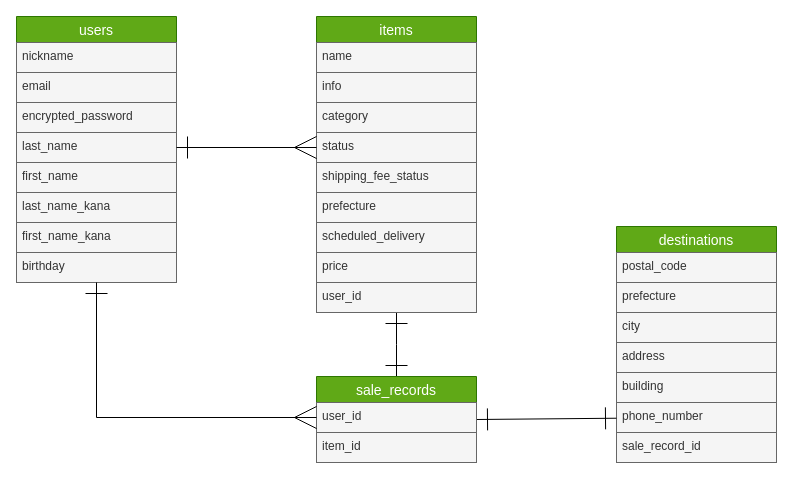
Above: database.dio in yuki-0202/furima-37410 (draw.io), before the change. Source tidied: cells renumbered, new cells numbered last; positions are measured from the earlier drawing's top-left corner, leaving out a move shared by most shapes. Both pictures are drawn from the tidied source at 100%, with x=0, y=0 at pixel (16, 16).
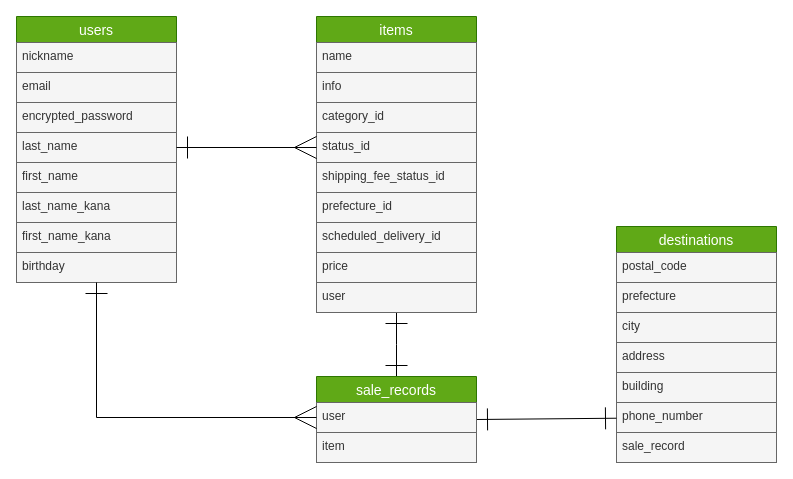
The same diagram, later.

Commit message:
ER図の修正（READMEとの齟齬を修正）

Unchanged cells that the change refers to:
```xml
<mxCell id="12" value="items" style="swimlane;fontStyle=0;horizontal=1;startSize=26;align=center;fontSize=14;fillColor=#60a917;fontColor=#ffffff;strokeColor=#2D7600;" parent="1" vertex="1">
  <mxGeometry x="300" width="160" height="296" as="geometry" />
</mxCell>
<mxCell id="22" value="destinations" style="swimlane;fontStyle=0;horizontal=1;startSize=26;align=center;fontSize=14;fillColor=#60a917;fontColor=#ffffff;strokeColor=#2D7600;" parent="1" vertex="1">
  <mxGeometry x="600" y="210" width="160" height="236" as="geometry" />
</mxCell>
<mxCell id="31" value="sale_records" style="swimlane;fontStyle=0;horizontal=1;startSize=26;align=center;fontSize=14;fillColor=#60a917;fontColor=#ffffff;strokeColor=#2D7600;" parent="1" vertex="1">
  <mxGeometry x="300" y="360" width="160" height="86" as="geometry" />
</mxCell>
```

Change to the diagram source:
```diff
@@
-    <mxCell id="15" value="category" style="text;strokeColor=#666666;fillColor=#f5f5f5;spacingLeft=4;spacingRight=4;overflow=hidden;fontSize=12;fontColor=#333333;" parent="12" vertex="1">
+    <mxCell id="15" value="category_id" style="text;strokeColor=#666666;fillColor=#f5f5f5;spacingLeft=4;spacingRight=4;overflow=hidden;fontSize=12;fontColor=#333333;" parent="12" vertex="1">
       <mxGeometry y="86" width="160" height="30" as="geometry" />
     </mxCell>
-    <mxCell id="16" value="status" style="text;strokeColor=#666666;fillColor=#f5f5f5;spacingLeft=4;spacingRight=4;overflow=hidden;points=[[0,0.5],[1,0.5]];portConstraint=eastwest;fontSize=12;fontColor=#333333;" parent="12" vertex="1">
+    <mxCell id="16" value="status_id" style="text;strokeColor=#666666;fillColor=#f5f5f5;spacingLeft=4;spacingRight=4;overflow=hidden;points=[[0,0.5],[1,0.5]];portConstraint=eastwest;fontSize=12;fontColor=#333333;" parent="12" vertex="1">
       <mxGeometry y="116" width="160" height="30" as="geometry" />
     </mxCell>
-    <mxCell id="17" value="shipping_fee_status" style="text;strokeColor=#666666;fillColor=#f5f5f5;spacingLeft=4;spacingRight=4;overflow=hidden;fontSize=12;fontColor=#333333;" parent="12" vertex="1">
+    <mxCell id="17" value="shipping_fee_status_id" style="text;strokeColor=#666666;fillColor=#f5f5f5;spacingLeft=4;spacingRight=4;overflow=hidden;fontSize=12;fontColor=#333333;" parent="12" vertex="1">
       <mxGeometry y="146" width="160" height="30" as="geometry" />
     </mxCell>
-    <mxCell id="18" value="prefecture" style="text;strokeColor=#666666;fillColor=#f5f5f5;spacingLeft=4;spacingRight=4;overflow=hidden;fontSize=12;fontColor=#333333;" parent="12" vertex="1">
+    <mxCell id="18" value="prefecture_id" style="text;strokeColor=#666666;fillColor=#f5f5f5;spacingLeft=4;spacingRight=4;overflow=hidden;fontSize=12;fontColor=#333333;" parent="12" vertex="1">
       <mxGeometry y="176" width="160" height="30" as="geometry" />
     </mxCell>
-    <mxCell id="19" value="scheduled_delivery" style="text;strokeColor=#666666;fillColor=#f5f5f5;spacingLeft=4;spacingRight=4;overflow=hidden;fontSize=12;fontColor=#333333;" parent="12" vertex="1">
+    <mxCell id="19" value="scheduled_delivery_id" style="text;strokeColor=#666666;fillColor=#f5f5f5;spacingLeft=4;spacingRight=4;overflow=hidden;fontSize=12;fontColor=#333333;" parent="12" vertex="1">
       <mxGeometry y="206" width="160" height="30" as="geometry" />
     </mxCell>
@@
-    <mxCell id="21" value="user_id" style="text;strokeColor=#666666;fillColor=#f5f5f5;spacingLeft=4;spacingRight=4;overflow=hidden;fontSize=12;fontColor=#333333;" parent="12" vertex="1">
+    <mxCell id="21" value="user" style="text;strokeColor=#666666;fillColor=#f5f5f5;spacingLeft=4;spacingRight=4;overflow=hidden;fontSize=12;fontColor=#333333;" parent="12" vertex="1">
       <mxGeometry y="266" width="160" height="30" as="geometry" />
     </mxCell>
@@
-    <mxCell id="29" value="sale_record_id" style="text;strokeColor=#666666;fillColor=#f5f5f5;spacingLeft=4;spacingRight=4;overflow=hidden;fontSize=12;fontColor=#333333;" parent="22" vertex="1">
+    <mxCell id="29" value="sale_record" style="text;strokeColor=#666666;fillColor=#f5f5f5;spacingLeft=4;spacingRight=4;overflow=hidden;fontSize=12;fontColor=#333333;" parent="22" vertex="1">
       <mxGeometry y="206" width="160" height="30" as="geometry" />
     </mxCell>
@@
-    <mxCell id="32" value="user_id" style="text;strokeColor=#666666;fillColor=#f5f5f5;spacingLeft=4;spacingRight=4;overflow=hidden;points=[[0,0.5],[1,0.5]];portConstraint=eastwest;fontSize=12;fontColor=#333333;" parent="31" vertex="1">
+    <mxCell id="32" value="user" style="text;strokeColor=#666666;fillColor=#f5f5f5;spacingLeft=4;spacingRight=4;overflow=hidden;points=[[0,0.5],[1,0.5]];portConstraint=eastwest;fontSize=12;fontColor=#333333;" parent="31" vertex="1">
       <mxGeometry y="26" width="160" height="30" as="geometry" />
     </mxCell>
-    <mxCell id="33" value="item_id" style="text;strokeColor=#666666;fillColor=#f5f5f5;spacingLeft=4;spacingRight=4;overflow=hidden;fontSize=12;fontColor=#333333;" parent="31" vertex="1">
+    <mxCell id="33" value="item" style="text;strokeColor=#666666;fillColor=#f5f5f5;spacingLeft=4;spacingRight=4;overflow=hidden;fontSize=12;fontColor=#333333;" parent="31" vertex="1">
       <mxGeometry y="56" width="160" height="30" as="geometry" />
     </mxCell>
```
